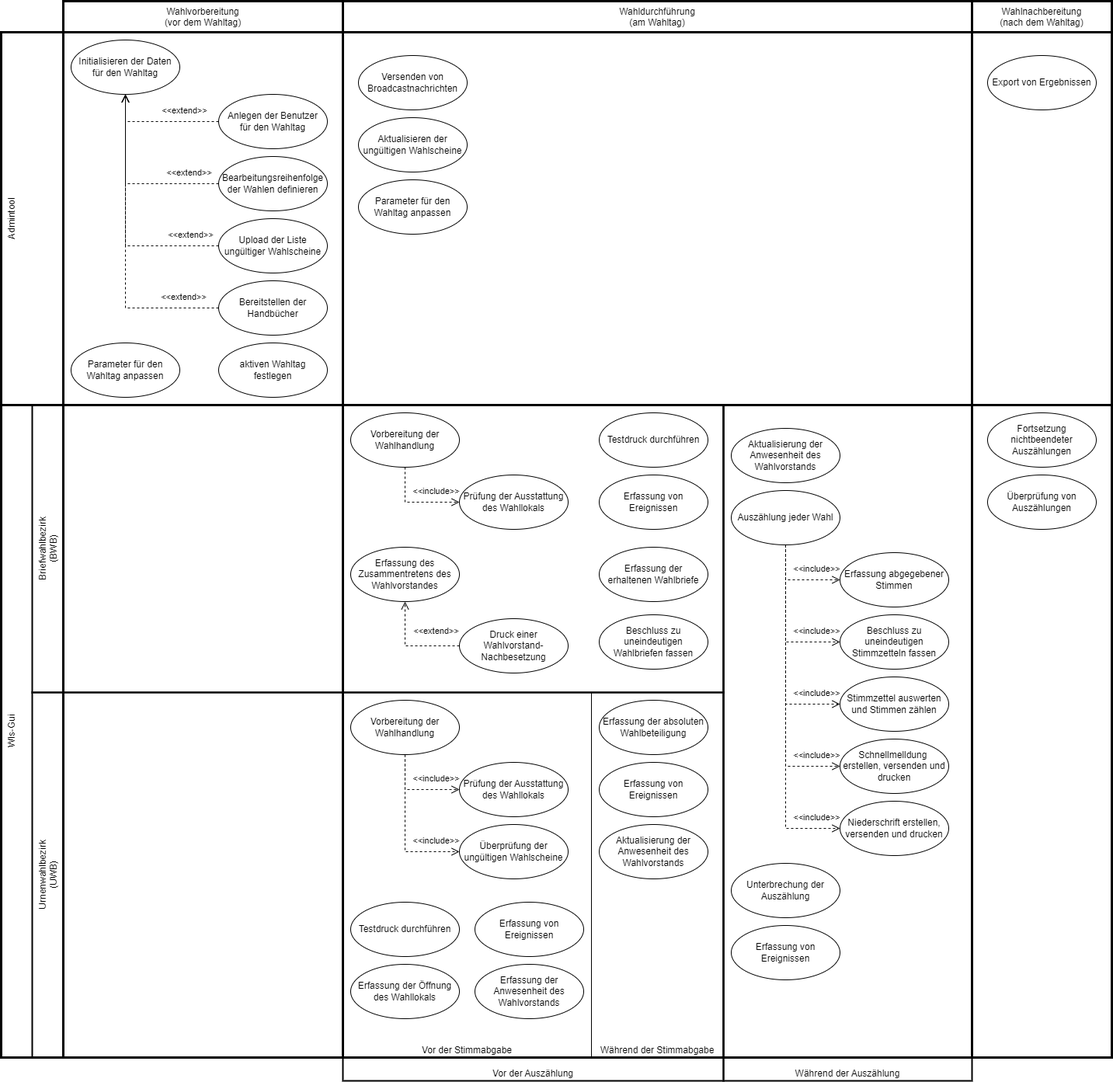
Before: docs/src/public/relationshipOfUIsToElectionProcess.drawio.png, a diagram exported from draw.io (it-at-m/Wahllokalsystem). Source tidied: cells renumbered, new cells last; positions are measured from the earlier drawing's top-left corner, leaving out a move shared by most shapes.
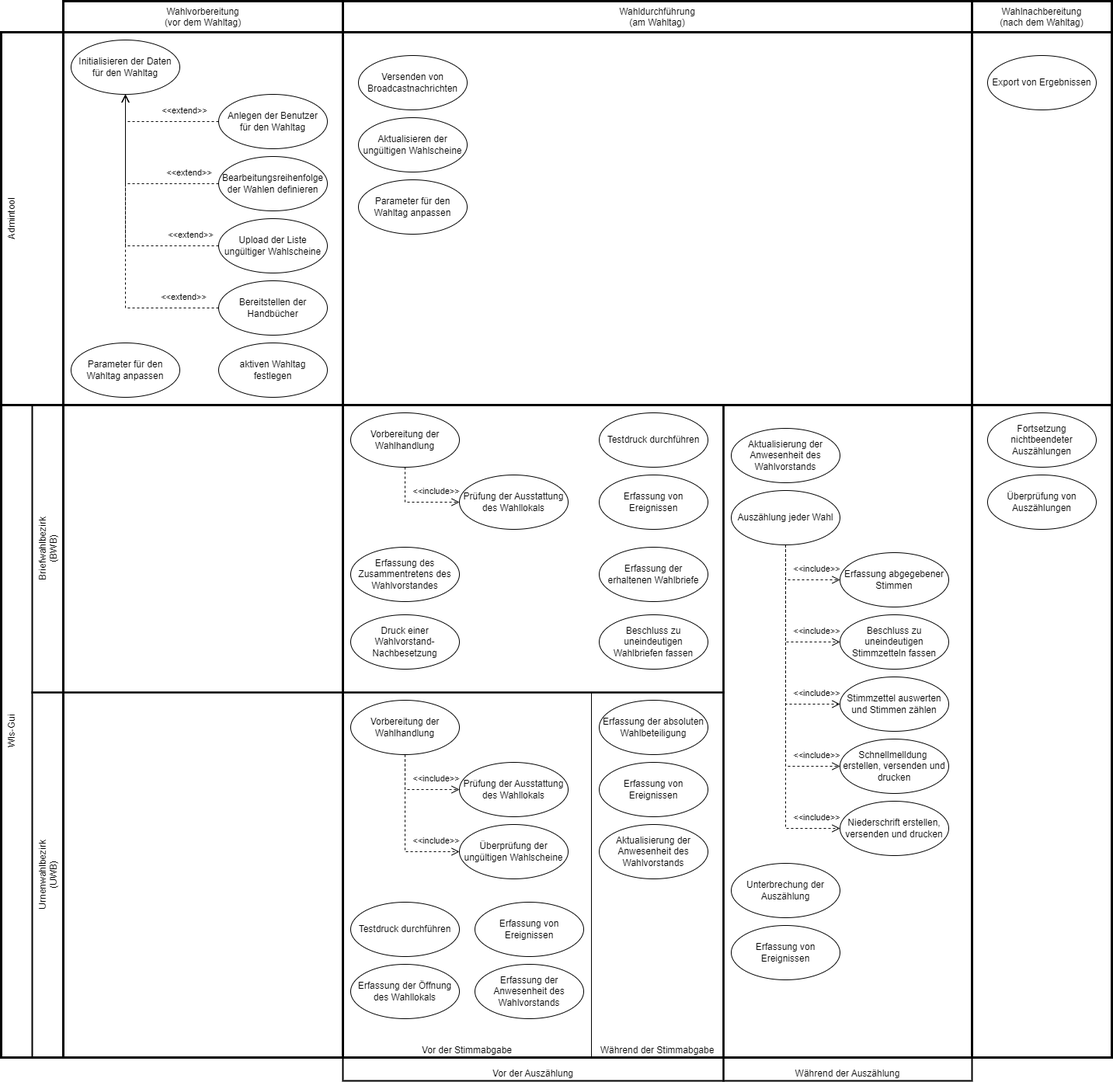
The same diagram one commit later.

Commit message:
remove wrong extend relation of use cases

Diff of the diagram source:
```diff
@@ -246,14 +246,7 @@
       <mxGeometry x="460" y="230" width="140" height="70" as="geometry" />
     </mxCell>
     <mxCell id="67" value="Druck einer Wahlvorstand-Nachbesetzung" style="ellipse;whiteSpace=wrap;html=1;" parent="1" vertex="1">
-      <mxGeometry x="590" y="795" width="140" height="70" as="geometry" />
+      <mxGeometry x="450" y="790" width="140" height="70" as="geometry" />
     </mxCell>
-    <mxCell id="68" value="&amp;lt;&amp;lt;extend&amp;gt;&amp;gt;" style="endArrow=open;startArrow=none;endFill=0;startFill=0;endSize=8;html=1;verticalAlign=bottom;dashed=1;labelBackgroundColor=none;rounded=0;exitX=0;exitY=0.5;exitDx=0;exitDy=0;entryX=0.5;entryY=1;entryDx=0;entryDy=0;" parent="1" edge="1" source="67" target="41">
-      <mxGeometry x="-0.53" y="-10" relative="1" as="geometry">
-        <Array as="points">
-          <mxPoint x="520" y="830" />
-        </Array>
-      </mxGeometry>
-    </mxCell>
   </root>
 </mxGraphModel>
```
